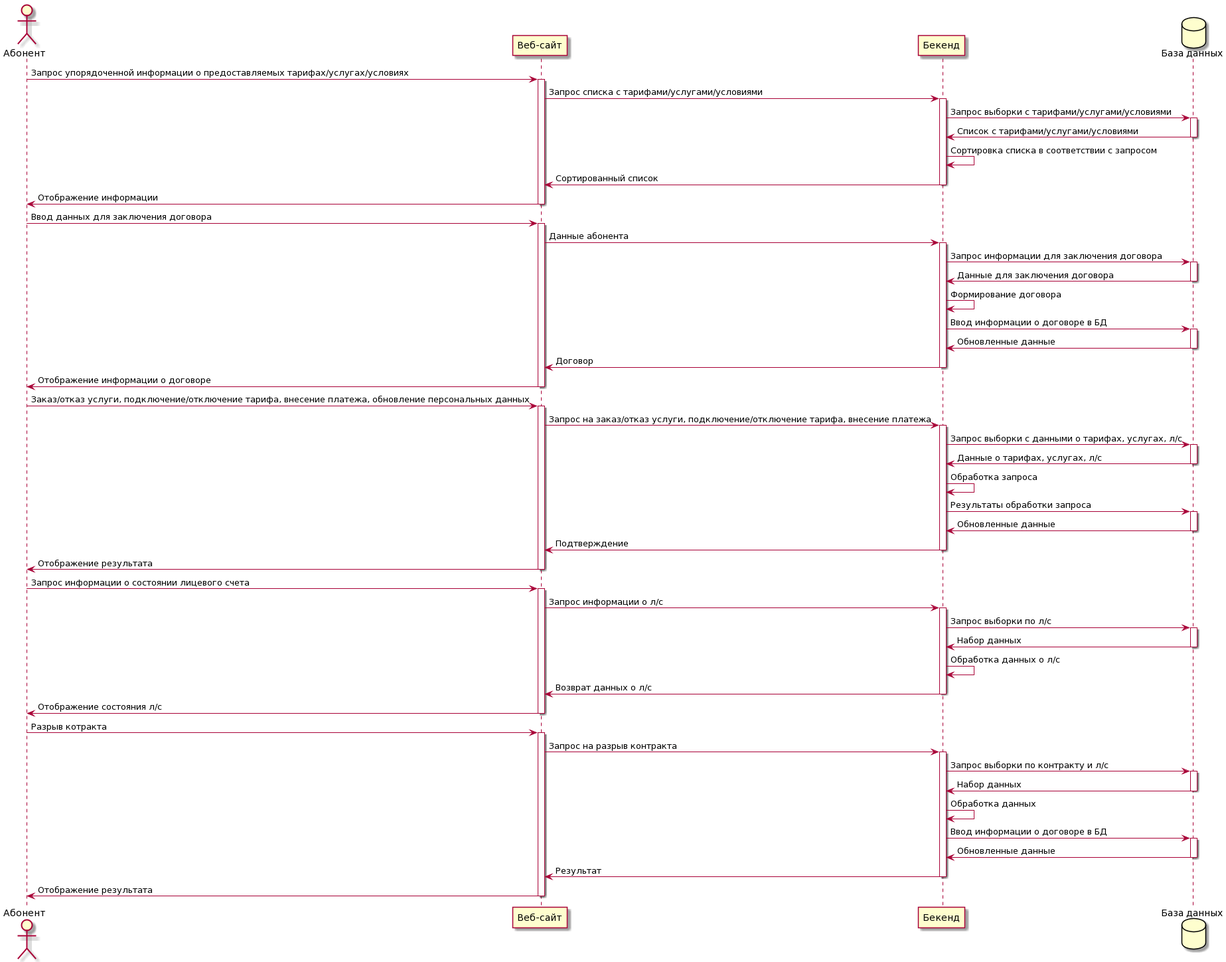
Before: Kursach/UML_sequence.png, a diagram exported from PlantUML (oyway6173/borozdin.github.io). Its diagram source:
```plantuml
@startuml
actor Абонент as u
participant "Веб-сайт" as w
participant "Бекенд" as b
database "База данных" as d

u -> w : Запрос упорядоченной информации о предоставляемых тарифах/услугах/условиях
activate w
w -> b : Запрос списка с тарифами/услугами/условиями
activate b
b -> d : Запрос выборки с тарифами/услугами/условиями
activate d
d -> b : Список с тарифами/услугами/условиями
deactivate d
b -> b : Сортировка списка в соответствии с запросом
b -> w : Сортированный список
deactivate b
w -> u : Отображение информации
deactivate w

u -> w : Ввод данных для заключения договора
activate w
w -> b : Данные абонента
activate b
b -> d : Запрос информации для заключения договора
activate d
d -> b : Данные для заключения договора
deactivate d
b -> b : Формирование договора
b -> d : Ввод информации о договоре в БД
activate d
d -> b : Обновленные данные
deactivate d
b -> w : Договор
deactivate b
w -> u : Отображение информации о договоре
deactivate w

u -> w : Заказ/отказ услуги, подключение/отключение тарифа, внесение платежа, обновление персональных данных
activate w
w -> b : Запрос на заказ/отказ услуги, подключение/отключение тарифа, внесение платежа
activate b
b -> d : Запрос выборки с данными о тарифах, услугах, л/с
activate d
d -> b : Данные о тарифах, услугах, л/с
deactivate d
b -> b : Обработка запроса
b -> d : Результаты обработки запроса
activate d
d -> b : Обновленные данные
deactivate d
b -> w : Подтверждение
deactivate b
w -> u : Отображение результата
deactivate w

u -> w : Запрос информации о состоянии лицевого счета
activate w
w -> b : Запрос информации о л/с
activate b
b -> d : Запрос выборки по л/с
activate d
d -> b : Набор данных
deactivate d
b -> b : Обработка данных о л/с
b -> w : Возврат данных о л/с
deactivate b
w -> u : Отображение состояния л/с
deactivate w

u -> w : Разрыв котракта
activate w
w -> b : Запрос на разрыв контракта
activate b
b -> d : Запрос выборки по контракту и л/с
activate d
d -> b : Набор данных
deactivate d
b -> b : Обработка данных
b -> d : Ввод информации о договоре в БД
activate d
d -> b : Обновленные данные
deactivate d
b -> w : Результат
deactivate b
w -> u : Отображение результата
deactivate w
@enduml
```
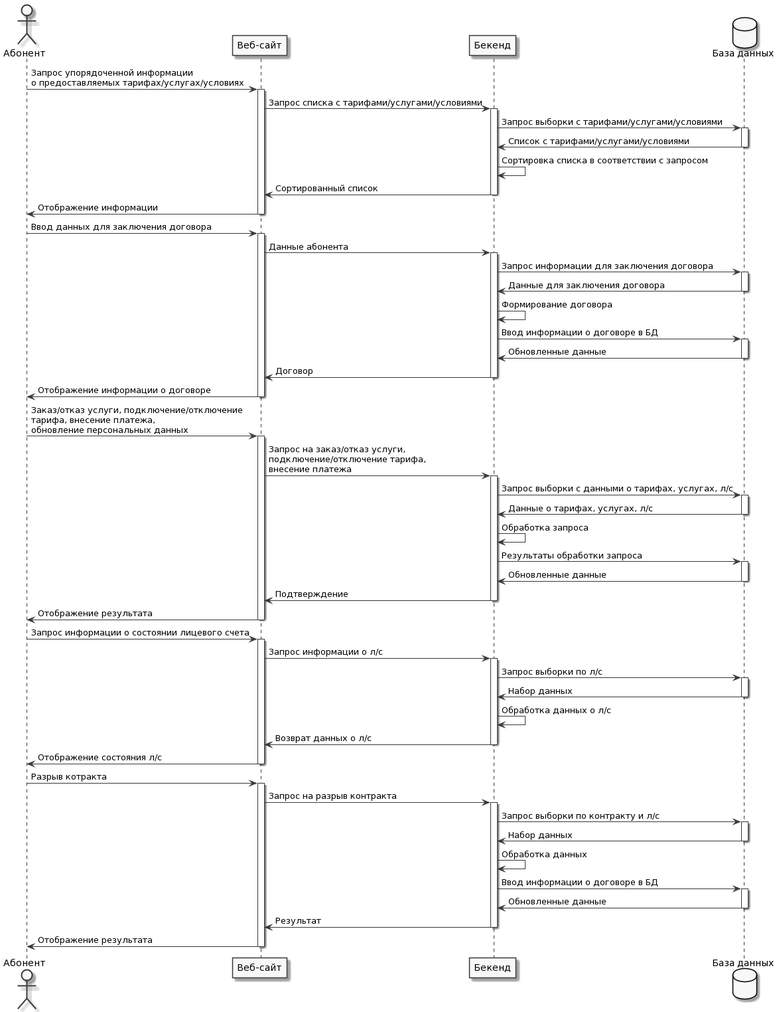
The same file after the commit.

Change to the diagram source:
```diff
@@ -1,10 +1,12 @@
 @startuml
+skinparam monochrome true
+
 actor Абонент as u
 participant "Веб-сайт" as w
 participant "Бекенд" as b
 database "База данных" as d
 
-u -> w : Запрос упорядоченной информации о предоставляемых тарифах/услугах/условиях
+u -> w : Запрос упорядоченной информации \nо предоставляемых тарифах/услугах/условиях
 activate w
 w -> b : Запрос списка с тарифами/услугами/условиями
 activate b
@@ -36,9 +38,9 @@
 w -> u : Отображение информации о договоре
 deactivate w
 
-u -> w : Заказ/отказ услуги, подключение/отключение тарифа, внесение платежа, обновление персональных данных
+u -> w : Заказ/отказ услуги, подключение/отключение\nтарифа, внесение платежа,\nобновление персональных данных
 activate w
-w -> b : Запрос на заказ/отказ услуги, подключение/отключение тарифа, внесение платежа
+w -> b : Запрос на заказ/отказ услуги,\nподключение/отключение тарифа,\nвнесение платежа
 activate b
 b -> d : Запрос выборки с данными о тарифах, услугах, л/с
 activate d
```
